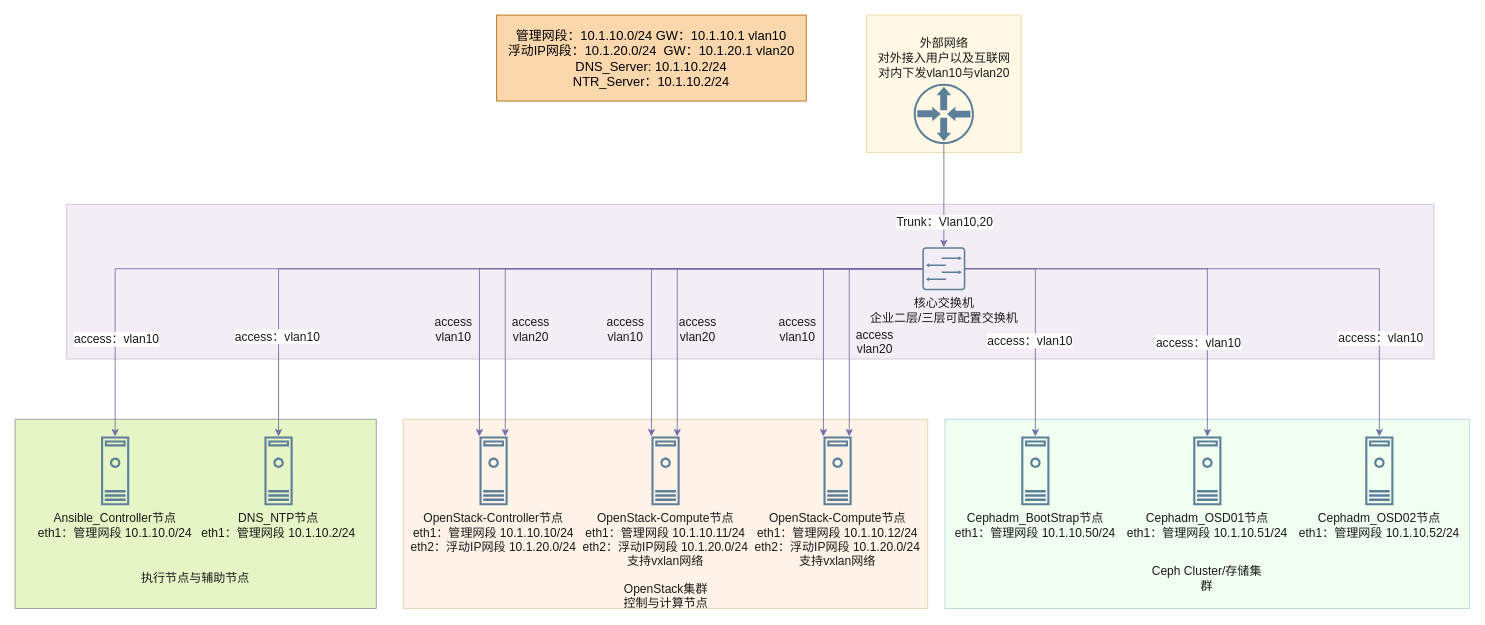
Above: 物理架构图.drawio in lrAltas/DrwaIO (draw.io), before the change. Source tidied: cells renumbered, new cells numbered last; positions are measured from the earlier drawing's top-left corner, leaving out a move shared by most shapes. Both pictures are drawn from the tidied source at 86%, with x=0, y=0 at pixel (15, 15).
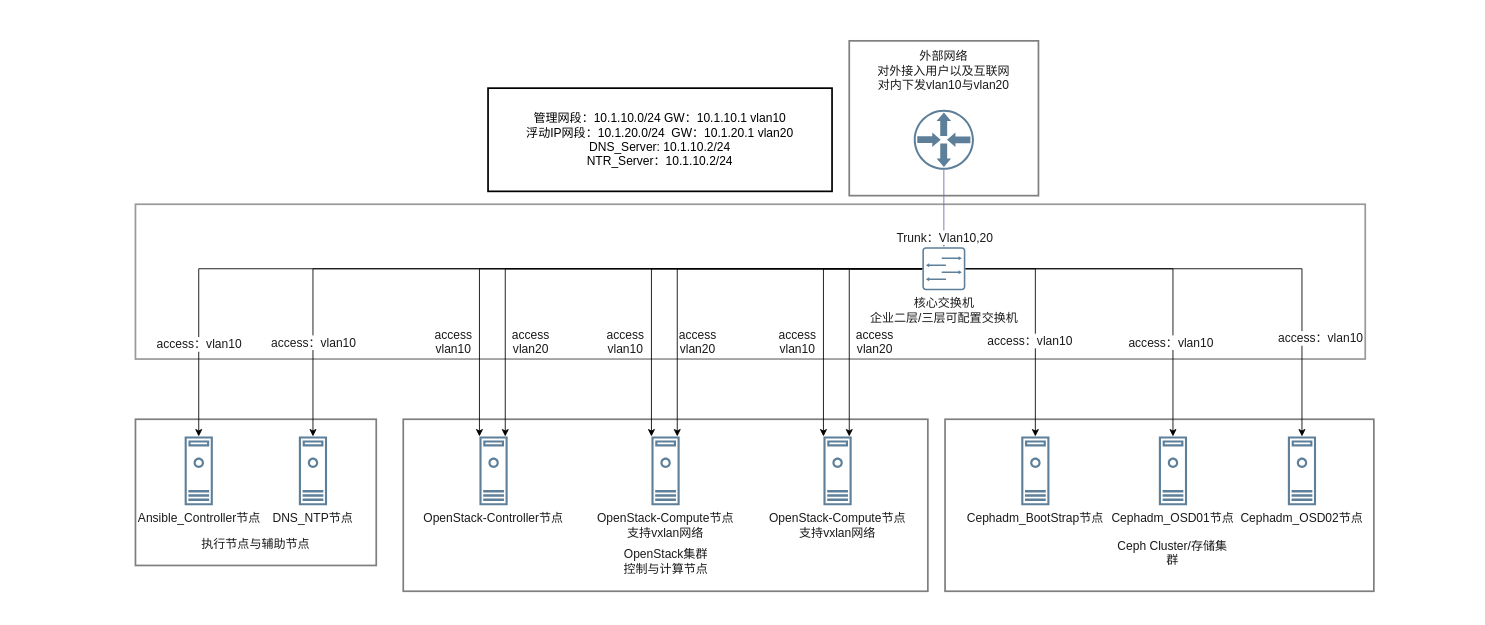
The same page after the edit.

Commit message:
更新物理架构图.drawio

Unchanged cells that the change refers to:
```xml
<mxCell id="24" value="&lt;div&gt;&lt;div&gt;核心交换机&lt;/div&gt;&lt;/div&gt;&lt;div&gt;企业二层/三层可配置交换机&lt;/div&gt;" style="sketch=0;shadow=0;dashed=0;html=1;strokeColor=none;fillColor=#5D7F99;labelPosition=center;verticalLabelPosition=bottom;verticalAlign=top;align=center;outlineConnect=0;shape=mxgraph.vvd.switch;labelBackgroundColor=none;fontColor=#1A1A1A;fontSize=14;" parent="1" vertex="1">
  <mxGeometry x="1055" y="270" width="50" height="50" as="geometry" />
</mxCell>
```

Diff of the diagram source:
```diff
@@
-    <mxCell id="2" style="rounded=0;whiteSpace=wrap;html=1;strokeColor=#36393d;fillColor=#cdeb8b;opacity=50;" parent="1" vertex="1">
-      <mxGeometry y="470" width="420" height="220" as="geometry" />
+    <mxCell id="2" style="rounded=0;whiteSpace=wrap;html=1;opacity=50;strokeWidth=2;fontSize=14;" parent="1" vertex="1">
+      <mxGeometry x="140" y="470" width="280" height="170" as="geometry" />
     </mxCell>
-    <mxCell id="3" style="rounded=0;whiteSpace=wrap;html=1;strokeColor=#d6b656;fillColor=#fff2cc;fontSize=14;opacity=50;" parent="1" vertex="1">
-      <mxGeometry x="990" width="180" height="160" as="geometry" />
+    <mxCell id="3" style="rounded=0;whiteSpace=wrap;html=1;fontSize=14;opacity=50;strokeWidth=2;" parent="1" vertex="1">
+      <mxGeometry x="970" y="30" width="220" height="180" as="geometry" />
     </mxCell>
-    <mxCell id="4" style="rounded=0;whiteSpace=wrap;html=1;strokeColor=#9673a6;fillColor=#e1d5e7;opacity=40;fontSize=14;" parent="1" vertex="1">
-      <mxGeometry x="60" y="220" width="1590" height="180" as="geometry" />
+    <mxCell id="4" style="rounded=0;whiteSpace=wrap;html=1;opacity=40;fontSize=14;strokeColor=default;strokeWidth=2;" parent="1" vertex="1">
+      <mxGeometry x="140" y="220" width="1430" height="180" as="geometry" />
     </mxCell>
-    <mxCell id="5" style="rounded=0;whiteSpace=wrap;html=1;opacity=30;fillColor=#CCFFCC;strokeColor=#10739e;fontSize=14;" parent="1" vertex="1">
-      <mxGeometry x="1081.4" y="470" width="610" height="220" as="geometry" />
+    <mxCell id="5" style="rounded=0;whiteSpace=wrap;html=1;opacity=50;fontSize=14;strokeWidth=2;" parent="1" vertex="1">
+      <mxGeometry x="1081.4" y="470" width="498.6" height="200" as="geometry" />
     </mxCell>
-    <mxCell id="6" style="rounded=0;whiteSpace=wrap;html=1;strokeColor=#b46504;fillColor=#fad7ac;opacity=30;fontSize=14;" parent="1" vertex="1">
-      <mxGeometry x="451.4" y="470" width="610" height="220" as="geometry" />
+    <mxCell id="6" style="rounded=0;whiteSpace=wrap;html=1;opacity=50;fontSize=14;strokeWidth=2;" parent="1" vertex="1">
+      <mxGeometry x="451.4" y="470" width="610" height="200" as="geometry" />
     </mxCell>
-    <mxCell id="7" value="&lt;div&gt;OpenStack-Controller节点&lt;/div&gt;&lt;div&gt;eth1：管理网段 10.1.10.10/24&lt;/div&gt;&lt;div&gt;eth2：浮动IP网段 10.1.20.0/24&lt;/div&gt;" style="sketch=0;shadow=0;dashed=0;html=1;strokeColor=none;fillColor=#5D7F99;labelPosition=center;verticalLabelPosition=bottom;verticalAlign=top;align=center;outlineConnect=0;shape=mxgraph.vvd.machine;labelBackgroundColor=none;fontColor=#1A1A1A;fontSize=14;" parent="1" vertex="1">
+    <mxCell id="7" value="&lt;div&gt;OpenStack-Controller节点&lt;/div&gt;" style="sketch=0;shadow=0;dashed=0;html=1;strokeColor=none;fillColor=#5D7F99;labelPosition=center;verticalLabelPosition=bottom;verticalAlign=top;align=center;outlineConnect=0;shape=mxgraph.vvd.machine;labelBackgroundColor=none;fontColor=#1A1A1A;fontSize=14;" parent="1" vertex="1">
       <mxGeometry x="540" y="490" width="32.8" height="80" as="geometry" />
     </mxCell>
-    <mxCell id="8" value="&lt;div&gt;OpenStack-Compute节点&lt;/div&gt;&lt;div&gt;eth1：管理网段 10.1.10.11/24&lt;/div&gt;&lt;div&gt;eth2：浮动IP网段 10.1.20.0/24&lt;/div&gt;&lt;div&gt;支持vxlan网络&lt;/div&gt;" style="sketch=0;shadow=0;dashed=0;html=1;strokeColor=none;fillColor=#5D7F99;labelPosition=center;verticalLabelPosition=bottom;verticalAlign=top;align=center;outlineConnect=0;shape=mxgraph.vvd.machine;labelBackgroundColor=none;fontColor=#1A1A1A;fontSize=14;" parent="1" vertex="1">
+    <mxCell id="8" value="&lt;div&gt;OpenStack-Compute节点&lt;/div&gt;&lt;div&gt;支持vxlan网络&lt;/div&gt;" style="sketch=0;shadow=0;dashed=0;html=1;strokeColor=none;fillColor=#5D7F99;labelPosition=center;verticalLabelPosition=bottom;verticalAlign=top;align=center;outlineConnect=0;shape=mxgraph.vvd.machine;labelBackgroundColor=none;fontColor=#1A1A1A;fontSize=14;" parent="1" vertex="1">
       <mxGeometry x="740" y="490" width="32.8" height="80" as="geometry" />
     </mxCell>
-    <mxCell id="9" value="&lt;div&gt;OpenStack-Compute节点&lt;/div&gt;&lt;div&gt;eth1：管理网段 10.1.10.12/24&lt;/div&gt;&lt;div&gt;eth2：浮动IP网段 10.1.20.0/24&lt;/div&gt;&lt;div&gt;&lt;div&gt;支持vxlan网络&lt;/div&gt;&lt;br&gt;&lt;/div&gt;" style="sketch=0;shadow=0;dashed=0;html=1;strokeColor=none;fillColor=#5D7F99;labelPosition=center;verticalLabelPosition=bottom;verticalAlign=top;align=center;outlineConnect=0;shape=mxgraph.vvd.machine;labelBackgroundColor=none;fontColor=#1A1A1A;fontSize=14;" parent="1" vertex="1">
+    <mxCell id="9" value="&lt;div&gt;OpenStack-Compute节点&lt;/div&gt;&lt;div&gt;&lt;div&gt;支持vxlan网络&lt;/div&gt;&lt;br&gt;&lt;/div&gt;" style="sketch=0;shadow=0;dashed=0;html=1;strokeColor=none;fillColor=#5D7F99;labelPosition=center;verticalLabelPosition=bottom;verticalAlign=top;align=center;outlineConnect=0;shape=mxgraph.vvd.machine;labelBackgroundColor=none;fontColor=#1A1A1A;fontSize=14;" parent="1" vertex="1">
       <mxGeometry x="940" y="490" width="32.8" height="80" as="geometry" />
     </mxCell>
-    <mxCell id="10" style="edgeStyle=orthogonalEdgeStyle;rounded=0;jettySize=auto;html=1;labelBackgroundColor=none;strokeColor=#736CA8;fontColor=default;fontSize=14;" parent="1" edge="1" source="24" target="7">
+    <mxCell id="10" style="edgeStyle=orthogonalEdgeStyle;rounded=0;jettySize=auto;html=1;labelBackgroundColor=none;strokeColor=#000000;fontColor=default;fontSize=14;" parent="1" edge="1" source="24" target="7">
       <mxGeometry relative="1" as="geometry">
         <Array as="points">
           <mxPoint x="540" y="295" />
         </Array>
       </mxGeometry>
     </mxCell>
-    <mxCell id="11" style="edgeStyle=orthogonalEdgeStyle;rounded=0;jettySize=auto;html=1;labelBackgroundColor=none;strokeColor=#736CA8;fontColor=default;fontSize=14;" parent="1" edge="1" source="24" target="8">
+    <mxCell id="11" style="edgeStyle=orthogonalEdgeStyle;rounded=0;jettySize=auto;html=1;labelBackgroundColor=none;strokeColor=#000000;fontColor=default;fontSize=14;" parent="1" edge="1" source="24" target="8">
       <mxGeometry relative="1" as="geometry">
         <Array as="points">
           <mxPoint x="740" y="295" />
         </Array>
       </mxGeometry>
     </mxCell>
@@
-    <mxCell id="13" style="edgeStyle=orthogonalEdgeStyle;rounded=0;jettySize=auto;html=1;labelBackgroundColor=none;strokeColor=#736CA8;fontColor=default;fontSize=14;" parent="1" edge="1" source="24" target="9">
+    <mxCell id="13" style="edgeStyle=orthogonalEdgeStyle;rounded=0;jettySize=auto;html=1;labelBackgroundColor=none;strokeColor=#000000;fontColor=default;fontSize=14;" parent="1" edge="1" source="24" target="9">
       <mxGeometry relative="1" as="geometry">
         <Array as="points">
           <mxPoint x="940" y="295" />
         </Array>
       </mxGeometry>
     </mxCell>
-    <mxCell id="14" style="edgeStyle=orthogonalEdgeStyle;rounded=0;jettySize=auto;html=1;strokeColor=#736CA8;fontColor=#1A1A1A;" parent="1" edge="1" source="24" target="25">
+    <mxCell id="14" style="edgeStyle=orthogonalEdgeStyle;rounded=0;jettySize=auto;html=1;strokeColor=#000000;fontColor=#1A1A1A;fontSize=14;" parent="1" edge="1" source="24" target="25">
       <mxGeometry relative="1" as="geometry" />
     </mxCell>
-    <mxCell id="15" style="edgeStyle=orthogonalEdgeStyle;rounded=0;jettySize=auto;html=1;strokeColor=#736CA8;fontColor=#1A1A1A;" parent="1" edge="1" source="24" target="26">
+    <mxCell id="15" style="edgeStyle=orthogonalEdgeStyle;rounded=0;jettySize=auto;html=1;strokeColor=#000000;fontColor=#1A1A1A;fontSize=14;" parent="1" edge="1" source="24" target="26">
       <mxGeometry relative="1" as="geometry" />
     </mxCell>
-    <mxCell id="16" style="edgeStyle=orthogonalEdgeStyle;rounded=0;jettySize=auto;html=1;strokeColor=#736CA8;fontColor=#1A1A1A;" parent="1" edge="1" source="24" target="27">
+    <mxCell id="16" style="edgeStyle=orthogonalEdgeStyle;rounded=0;jettySize=auto;html=1;strokeColor=#000000;fontColor=#1A1A1A;fontSize=14;" parent="1" edge="1" source="24" target="27">
       <mxGeometry relative="1" as="geometry" />
     </mxCell>
-    <mxCell id="17" style="edgeStyle=orthogonalEdgeStyle;rounded=0;jettySize=auto;html=1;strokeColor=#736CA8;fontColor=#1A1A1A;" parent="1" edge="1" source="24" target="9">
+    <mxCell id="17" style="edgeStyle=orthogonalEdgeStyle;rounded=0;jettySize=auto;html=1;strokeColor=#000000;fontColor=#1A1A1A;fontSize=14;" parent="1" edge="1" source="24" target="9">
       <mxGeometry relative="1" as="geometry">
         <Array as="points">
           <mxPoint x="970" y="295" />
         </Array>
       </mxGeometry>
     </mxCell>
-    <mxCell id="18" style="edgeStyle=orthogonalEdgeStyle;rounded=0;jettySize=auto;html=1;strokeColor=#736CA8;fontColor=#1A1A1A;" parent="1" edge="1" source="24" target="8">
+    <mxCell id="18" style="edgeStyle=orthogonalEdgeStyle;rounded=0;jettySize=auto;html=1;strokeColor=#000000;fontColor=#1A1A1A;fontSize=14;" parent="1" edge="1" source="24" target="8">
       <mxGeometry relative="1" as="geometry">
         <Array as="points">
           <mxPoint x="770" y="295" />
         </Array>
       </mxGeometry>
     </mxCell>
-    <mxCell id="19" style="edgeStyle=orthogonalEdgeStyle;rounded=0;jettySize=auto;html=1;strokeColor=#736CA8;fontColor=#1A1A1A;" parent="1" edge="1" source="24" target="7">
+    <mxCell id="19" style="edgeStyle=orthogonalEdgeStyle;rounded=0;jettySize=auto;html=1;strokeColor=#000000;fontColor=#1A1A1A;fontSize=14;" parent="1" edge="1" source="24" target="7">
       <mxGeometry relative="1" as="geometry">
         <Array as="points">
           <mxPoint x="570" y="295" />
         </Array>
       </mxGeometry>
     </mxCell>
-    <mxCell id="20" style="edgeStyle=orthogonalEdgeStyle;rounded=0;jettySize=auto;html=1;strokeColor=#736CA8;fontColor=#1A1A1A;" parent="1" edge="1" source="24" target="44">
+    <mxCell id="20" style="edgeStyle=orthogonalEdgeStyle;rounded=0;jettySize=auto;html=1;strokeColor=#000000;fontColor=#1A1A1A;fontSize=14;" parent="1" edge="1" source="24" target="44">
       <mxGeometry relative="1" as="geometry" />
     </mxCell>
     <mxCell id="21" value="access：vlan10" style="edgeLabel;html=1;align=center;verticalAlign=middle;strokeColor=#D0CEE2;fontColor=#1A1A1A;fillColor=#5D7F99;fontSize=14;" parent="20" vertex="1">
       <mxGeometry x="0.75" y="-2" relative="1" as="geometry">
-        <mxPoint y="1" as="offset" />
+        <mxPoint x="2" y="3" as="offset" />
       </mxGeometry>
     </mxCell>
-    <mxCell id="22" style="edgeStyle=orthogonalEdgeStyle;rounded=0;jettySize=auto;html=1;strokeColor=#736CA8;fontColor=#1A1A1A;" parent="1" edge="1" source="24" target="45">
+    <mxCell id="22" style="edgeStyle=orthogonalEdgeStyle;rounded=0;jettySize=auto;html=1;strokeColor=#000000;fontColor=#1A1A1A;fontSize=14;" parent="1" edge="1" source="24" target="45">
       <mxGeometry relative="1" as="geometry" />
     </mxCell>
     <mxCell id="23" value="access：vlan10" style="edgeLabel;html=1;align=center;verticalAlign=middle;strokeColor=#D0CEE2;fontColor=#1A1A1A;fillColor=#5D7F99;fontSize=14;" parent="22" vertex="1">
-      <mxGeometry x="0.8" y="1" relative="1" as="geometry" />
+      <mxGeometry x="0.8" y="1" relative="1" as="geometry">
+        <mxPoint x="-1" y="-4" as="offset" />
+      </mxGeometry>
     </mxCell>
@@
-    <mxCell id="25" value="&lt;div&gt;Cephadm_BootStrap节点&lt;/div&gt;&lt;div&gt;eth1：管理网段 10.1.10.50/24&lt;/div&gt;" style="sketch=0;shadow=0;dashed=0;html=1;strokeColor=none;fillColor=#5D7F99;labelPosition=center;verticalLabelPosition=bottom;verticalAlign=top;align=center;outlineConnect=0;shape=mxgraph.vvd.machine;labelBackgroundColor=none;fontColor=#1A1A1A;fontSize=14;" parent="1" vertex="1">
+    <mxCell id="25" value="&lt;div&gt;Cephadm_BootStrap节点&lt;/div&gt;" style="sketch=0;shadow=0;dashed=0;html=1;strokeColor=none;fillColor=#5D7F99;labelPosition=center;verticalLabelPosition=bottom;verticalAlign=top;align=center;outlineConnect=0;shape=mxgraph.vvd.machine;labelBackgroundColor=none;fontColor=#1A1A1A;fontSize=14;" parent="1" vertex="1">
       <mxGeometry x="1170" y="490" width="32.8" height="80" as="geometry" />
     </mxCell>
-    <mxCell id="26" value="&lt;div&gt;Cephadm_OSD01节点&lt;/div&gt;&lt;div&gt;eth1：管理网段 10.1.10.51/24&lt;/div&gt;&lt;div&gt;&lt;br&gt;&lt;/div&gt;" style="sketch=0;shadow=0;dashed=0;html=1;strokeColor=none;fillColor=#5D7F99;labelPosition=center;verticalLabelPosition=bottom;verticalAlign=top;align=center;outlineConnect=0;shape=mxgraph.vvd.machine;labelBackgroundColor=none;fontColor=#1A1A1A;fontSize=14;" parent="1" vertex="1">
-      <mxGeometry x="1370" y="490" width="32.8" height="80" as="geometry" />
+    <mxCell id="26" value="&lt;div&gt;Cephadm_OSD01节点&lt;/div&gt;&lt;div&gt;&lt;br&gt;&lt;/div&gt;" style="sketch=0;shadow=0;dashed=0;html=1;strokeColor=none;fillColor=#5D7F99;labelPosition=center;verticalLabelPosition=bottom;verticalAlign=top;align=center;outlineConnect=0;shape=mxgraph.vvd.machine;labelBackgroundColor=none;fontColor=#1A1A1A;fontSize=14;" parent="1" vertex="1">
+      <mxGeometry x="1330" y="490" width="32.8" height="80" as="geometry" />
     </mxCell>
-    <mxCell id="27" value="&lt;div&gt;&lt;div&gt;Cephadm_OSD02节点&lt;/div&gt;&lt;/div&gt;&lt;div&gt;eth1：管理网段 10.1.10.52/24&lt;/div&gt;&lt;div&gt;&lt;br&gt;&lt;/div&gt;" style="sketch=0;shadow=0;dashed=0;html=1;strokeColor=none;fillColor=#5D7F99;labelPosition=center;verticalLabelPosition=bottom;verticalAlign=top;align=center;outlineConnect=0;shape=mxgraph.vvd.machine;labelBackgroundColor=none;fontColor=#1A1A1A;fontSize=14;" parent="1" vertex="1">
-      <mxGeometry x="1570" y="490" width="32.8" height="80" as="geometry" />
+    <mxCell id="27" value="&lt;div&gt;&lt;div&gt;Cephadm_OSD02节点&lt;/div&gt;&lt;/div&gt;&lt;div&gt;&lt;br&gt;&lt;/div&gt;" style="sketch=0;shadow=0;dashed=0;html=1;strokeColor=none;fillColor=#5D7F99;labelPosition=center;verticalLabelPosition=bottom;verticalAlign=top;align=center;outlineConnect=0;shape=mxgraph.vvd.machine;labelBackgroundColor=none;fontColor=#1A1A1A;fontSize=14;" parent="1" vertex="1">
+      <mxGeometry x="1480" y="490" width="32.8" height="80" as="geometry" />
     </mxCell>
@@
     <mxCell id="30" style="sketch=0;shadow=0;dashed=0;html=1;strokeColor=none;fillColor=#5D7F99;labelPosition=center;verticalLabelPosition=bottom;verticalAlign=top;align=center;outlineConnect=0;shape=mxgraph.vvd.physical_upstream_router;labelBackgroundColor=none;fontColor=#1A1A1A;fontSize=14;" parent="1" vertex="1">
-      <mxGeometry x="1045" y="80" width="70" height="70" as="geometry" />
+      <mxGeometry x="1045" y="110" width="70" height="70" as="geometry" />
     </mxCell>
     <mxCell id="31" value="&lt;div&gt;OpenStack集群&lt;/div&gt;&lt;div&gt;控制与计算节点&lt;/div&gt;" style="text;html=1;whiteSpace=wrap;strokeColor=none;fillColor=none;align=center;verticalAlign=middle;rounded=0;fontColor=#1A1A1A;fontSize=14;" parent="1" vertex="1">
-      <mxGeometry x="704.6" y="660" width="103.6" height="30" as="geometry" />
+      <mxGeometry x="704.6" y="620" width="103.6" height="30" as="geometry" />
     </mxCell>
     <mxCell id="32" value="Ceph Cluster/存储集群" style="text;html=1;whiteSpace=wrap;strokeColor=none;fillColor=none;align=center;verticalAlign=middle;rounded=0;fontColor=#1A1A1A;fontSize=14;" parent="1" vertex="1">
-      <mxGeometry x="1321.4" y="640" width="130" height="30" as="geometry" />
+      <mxGeometry x="1281.4" y="610" width="130" height="30" as="geometry" />
     </mxCell>
     <mxCell id="33" value="&lt;div&gt;外部网络&lt;/div&gt;&lt;div&gt;对外接入用户以及互联网&lt;/div&gt;&lt;div&gt;对内下发vlan10与vlan20&lt;/div&gt;" style="text;html=1;whiteSpace=wrap;strokeColor=none;fillColor=none;align=center;verticalAlign=middle;rounded=0;fontColor=#1A1A1A;fontSize=14;" parent="1" vertex="1">
-      <mxGeometry x="992.5" y="30" width="175" height="40" as="geometry" />
+      <mxGeometry x="971.2" y="40" width="217.5" height="50" as="geometry" />
     </mxCell>
@@
     <mxCell id="35" value="access：vlan10" style="edgeLabel;html=1;align=center;verticalAlign=middle;strokeColor=#D0CEE2;fontColor=#1A1A1A;fillColor=#5D7F99;fontSize=14;" parent="1" vertex="1">
-      <mxGeometry x="1402.8" y="380" as="geometry">
+      <mxGeometry x="1370" y="380" as="geometry">
         <mxPoint x="-27" as="offset" />
       </mxGeometry>
     </mxCell>
     <mxCell id="36" value="access：vlan10" style="edgeLabel;html=1;align=center;verticalAlign=middle;strokeColor=#D0CEE2;fontColor=#1A1A1A;fillColor=#5D7F99;fontSize=14;" parent="1" vertex="1">
-      <mxGeometry x="1530" y="380" as="geometry">
+      <mxGeometry x="1460" y="380" as="geometry">
         <mxPoint x="57" y="-5" as="offset" />
       </mxGeometry>
     </mxCell>
@@
     <mxCell id="38" value="&lt;div&gt;access&lt;/div&gt;&lt;div&gt;vlan10&lt;/div&gt;" style="text;html=1;whiteSpace=wrap;strokeColor=none;fillColor=none;align=center;verticalAlign=middle;rounded=0;fontColor=#1A1A1A;fontSize=14;" parent="1" vertex="1">
-      <mxGeometry x="840" y="350" width="140" height="30" as="geometry" />
+      <mxGeometry x="840" y="365" width="140" height="30" as="geometry" />
     </mxCell>
     <mxCell id="39" value="&lt;div&gt;access&lt;/div&gt;&lt;div&gt;vlan10&lt;/div&gt;" style="text;html=1;whiteSpace=wrap;strokeColor=none;fillColor=none;align=center;verticalAlign=middle;rounded=0;fontColor=#1A1A1A;fontSize=14;" parent="1" vertex="1">
-      <mxGeometry x="640" y="350" width="140" height="30" as="geometry" />
+      <mxGeometry x="640" y="365" width="140" height="30" as="geometry" />
     </mxCell>
     <mxCell id="40" value="access&lt;br&gt;vlan20" style="text;html=1;whiteSpace=wrap;strokeColor=none;fillColor=none;align=center;verticalAlign=middle;rounded=0;fontColor=#1A1A1A;fontSize=14;" parent="1" vertex="1">
-      <mxGeometry x="724" y="350" width="140" height="30" as="geometry" />
+      <mxGeometry x="724" y="365" width="140" height="30" as="geometry" />
     </mxCell>
     <mxCell id="41" value="&lt;div&gt;access&lt;/div&gt;&lt;div&gt;vlan10&lt;/div&gt;" style="text;html=1;whiteSpace=wrap;strokeColor=none;fillColor=none;align=center;verticalAlign=middle;rounded=0;fontColor=#1A1A1A;fontSize=14;" parent="1" vertex="1">
-      <mxGeometry x="440" y="350" width="140" height="30" as="geometry" />
+      <mxGeometry x="440" y="365" width="140" height="30" as="geometry" />
     </mxCell>
     <mxCell id="42" value="access&lt;br&gt;vlan20" style="text;html=1;whiteSpace=wrap;strokeColor=none;fillColor=none;align=center;verticalAlign=middle;rounded=0;fontColor=#1A1A1A;fontSize=14;" parent="1" vertex="1">
-      <mxGeometry x="530" y="350" width="140" height="30" as="geometry" />
+      <mxGeometry x="530" y="365" width="140" height="30" as="geometry" />
     </mxCell>
-    <mxCell id="43" value="&lt;div&gt;&lt;font style=&quot;font-size: 15px;&quot;&gt;管理网段：10.1.10.0/24 GW：10.1.10.1 vlan10&lt;/font&gt;&lt;/div&gt;&lt;div&gt;&lt;font style=&quot;font-size: 15px;&quot;&gt;浮动IP网段：10.1.20.0/24&amp;nbsp; GW：10.1.20.1 vlan20&lt;/font&gt;&lt;/div&gt;&lt;div&gt;&lt;font style=&quot;font-size: 15px;&quot;&gt;DNS_Server: 10.1.10.2/24&lt;/font&gt;&lt;/div&gt;&lt;div&gt;&lt;font style=&quot;font-size: 15px;&quot;&gt;NTR_Server：10.1.10.2/24&lt;/font&gt;&lt;/div&gt;" style="rounded=0;whiteSpace=wrap;html=1;strokeColor=#b46504;fillColor=#fad7ac;" parent="1" vertex="1">
-      <mxGeometry x="560" width="360" height="100" as="geometry" />
+    <mxCell id="43" value="&lt;div&gt;&lt;font&gt;管理网段：10.1.10.0/24 GW：10.1.10.1 vlan10&lt;/font&gt;&lt;/div&gt;&lt;div&gt;&lt;font&gt;浮动IP网段：10.1.20.0/24&amp;nbsp; GW：10.1.20.1 vlan20&lt;/font&gt;&lt;/div&gt;&lt;div&gt;&lt;font&gt;DNS_Server: 10.1.10.2/24&lt;/font&gt;&lt;/div&gt;&lt;div&gt;&lt;font&gt;NTR_Server：10.1.10.2/24&lt;/font&gt;&lt;/div&gt;" style="rounded=0;whiteSpace=wrap;html=1;strokeWidth=2;fontSize=14;" parent="1" vertex="1">
+      <mxGeometry x="550" y="85" width="400" height="120" as="geometry" />
     </mxCell>
-    <mxCell id="44" value="&lt;div&gt;DNS_NTP节点&lt;/div&gt;&lt;div&gt;eth1：管理网段 10.1.10.2/24&lt;/div&gt;" style="sketch=0;shadow=0;dashed=0;html=1;strokeColor=none;fillColor=#5D7F99;labelPosition=center;verticalLabelPosition=bottom;verticalAlign=top;align=center;outlineConnect=0;shape=mxgraph.vvd.machine;labelBackgroundColor=none;fontColor=#1A1A1A;fontSize=14;" parent="1" vertex="1">
-      <mxGeometry x="290" y="490" width="32.8" height="80" as="geometry" />
+    <mxCell id="44" value="&lt;div&gt;DNS_NTP节点&lt;/div&gt;" style="sketch=0;shadow=0;dashed=0;html=1;strokeColor=none;fillColor=#5D7F99;labelPosition=center;verticalLabelPosition=bottom;verticalAlign=top;align=center;outlineConnect=0;shape=mxgraph.vvd.machine;labelBackgroundColor=none;fontColor=#1A1A1A;fontSize=14;" parent="1" vertex="1">
+      <mxGeometry x="330" y="490" width="32.8" height="80" as="geometry" />
     </mxCell>
-    <mxCell id="45" value="&lt;div&gt;Ansible_Controller节点&lt;/div&gt;&lt;div&gt;eth1：管理网段 10.1.10.0/24&lt;/div&gt;" style="sketch=0;shadow=0;dashed=0;html=1;strokeColor=none;fillColor=#5D7F99;labelPosition=center;verticalLabelPosition=bottom;verticalAlign=top;align=center;outlineConnect=0;shape=mxgraph.vvd.machine;labelBackgroundColor=none;fontColor=#1A1A1A;fontSize=14;" parent="1" vertex="1">
-      <mxGeometry x="100" y="490" width="32.8" height="80" as="geometry" />
+    <mxCell id="45" value="&lt;div&gt;Ansible_Controller节点&lt;/div&gt;" style="sketch=0;shadow=0;dashed=0;html=1;strokeColor=none;fillColor=#5D7F99;labelPosition=center;verticalLabelPosition=bottom;verticalAlign=top;align=center;outlineConnect=0;shape=mxgraph.vvd.machine;labelBackgroundColor=none;fontColor=#1A1A1A;fontSize=14;" parent="1" vertex="1">
+      <mxGeometry x="197.2" y="490" width="32.8" height="80" as="geometry" />
     </mxCell>
-    <mxCell id="46" value="&lt;font style=&quot;font-size: 14px;&quot;&gt;执行节点与辅助节点&lt;/font&gt;" style="text;html=1;whiteSpace=wrap;strokeColor=none;fillColor=none;align=center;verticalAlign=middle;rounded=0;fontColor=#1A1A1A;" parent="1" vertex="1">
-      <mxGeometry x="140" y="640" width="140" height="30" as="geometry" />
+    <mxCell id="46" value="&lt;font&gt;执行节点与辅助节点&lt;/font&gt;" style="text;html=1;whiteSpace=wrap;strokeColor=none;fillColor=none;align=center;verticalAlign=middle;rounded=0;fontColor=#1A1A1A;fontSize=14;" parent="1" vertex="1">
+      <mxGeometry x="210" y="600" width="140" height="30" as="geometry" />
     </mxCell>
```
